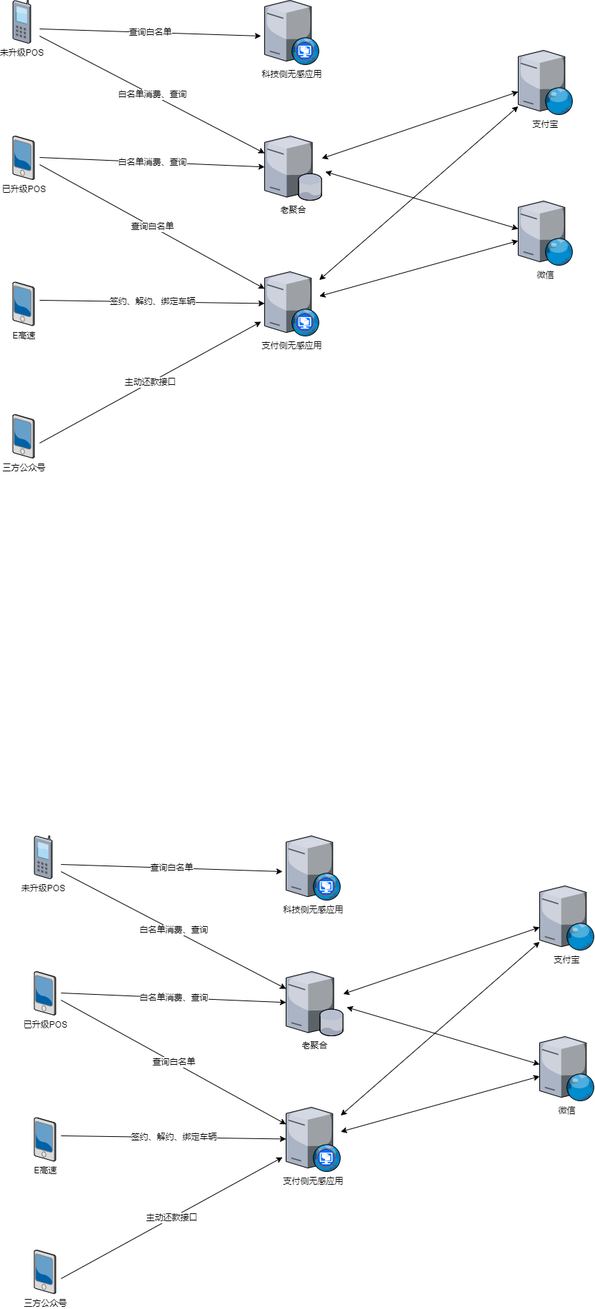
songyibo2019/mydiagrams keeps this draw.io diagram as 无感上线方案.png. Above is the earlier version. Source tidied: cells renumbered, new cells last; positions are measured from the earlier drawing's top-left corner, leaving out a move shared by most shapes.
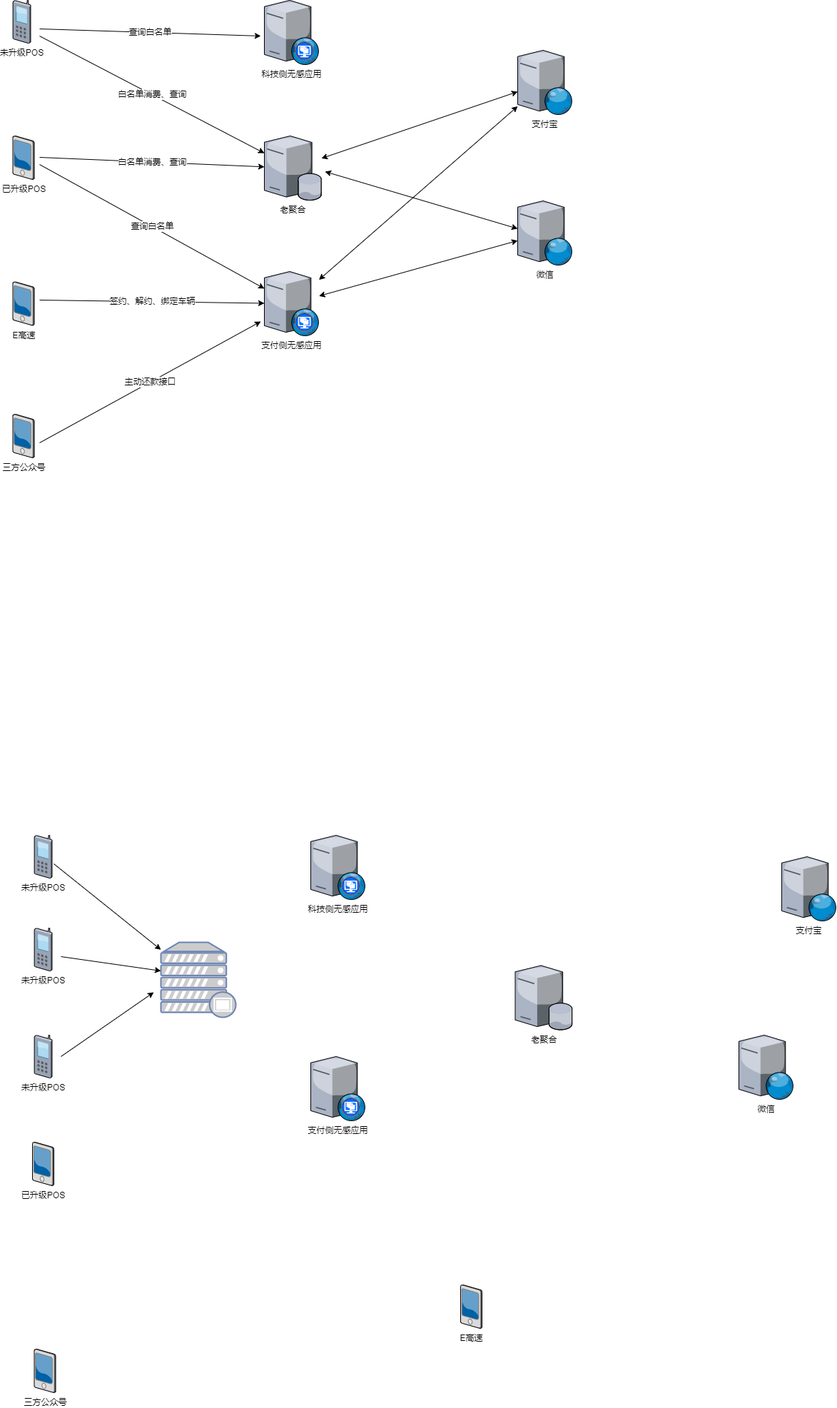
Above is the later version.

Commit message:
Update 无感上线方案.png

What changed in the source:
```diff
@@ -76,71 +76,52 @@
       <mxGeometry x="30.5" y="1170" width="25" height="60" as="geometry" />
     </mxCell>
     <mxCell id="22" value="已升级POS" style="verticalLabelPosition=bottom;sketch=0;html=1;verticalAlign=top;strokeColor=none;align=center;outlineConnect=0;shape=mxgraph.citrix.pda;" parent="1" vertex="1">
-      <mxGeometry x="30.5" y="1360" width="30" height="61" as="geometry" />
+      <mxGeometry x="28" y="1600" width="30" height="61" as="geometry" />
     </mxCell>
     <mxCell id="23" value="科技侧无感应用" style="verticalLabelPosition=bottom;sketch=0;html=1;verticalAlign=top;strokeColor=none;align=center;shape=mxgraph.citrix.desktop_web;" parent="1" vertex="1">
-      <mxGeometry x="383" y="1170" width="76.5" height="90" as="geometry" />
+      <mxGeometry x="418" y="1170" width="76.5" height="90" as="geometry" />
     </mxCell>
     <mxCell id="24" value="支付侧无感应用" style="verticalLabelPosition=bottom;sketch=0;html=1;verticalAlign=top;strokeColor=none;align=center;outlineConnect=0;shape=mxgraph.citrix.desktop_web;" parent="1" vertex="1">
-      <mxGeometry x="383" y="1550" width="76.5" height="90" as="geometry" />
+      <mxGeometry x="418" y="1480" width="76.5" height="90" as="geometry" />
     </mxCell>
     <mxCell id="25" value="老聚合" style="verticalLabelPosition=bottom;sketch=0;html=1;verticalAlign=top;strokeColor=none;align=center;outlineConnect=0;shape=mxgraph.citrix.database_server;" parent="1" vertex="1">
-      <mxGeometry x="383" y="1360" width="80" height="90" as="geometry" />
+      <mxGeometry x="704.5" y="1352.5" width="80" height="90" as="geometry" />
     </mxCell>
-    <mxCell id="26" value="查询白名单" style="endArrow=classic;html=1;rounded=0;" parent="1" edge="1">
-      <mxGeometry relative="1" as="geometry">
-        <mxPoint x="68" y="1210" as="sourcePoint" />
-        <mxPoint x="378" y="1220" as="targetPoint" />
-      </mxGeometry>
-    </mxCell>
-    <mxCell id="27" value="查询白名单" style="endArrow=classic;html=1;rounded=0;" parent="1" edge="1" target="24">
-      <mxGeometry relative="1" as="geometry">
-        <mxPoint x="68" y="1400" as="sourcePoint" />
-      </mxGeometry>
-    </mxCell>
-    <mxCell id="28" value="白名单消费、查询" style="endArrow=classic;html=1;rounded=0;" parent="1" edge="1" target="25">
-      <mxGeometry relative="1" as="geometry">
-        <mxPoint x="68" y="1220" as="sourcePoint" />
-      </mxGeometry>
-    </mxCell>
-    <mxCell id="29" value="白名单消费、查询" style="endArrow=classic;html=1;rounded=0;exitX=1.25;exitY=0.492;exitDx=0;exitDy=0;exitPerimeter=0;" parent="1" edge="1" source="22" target="25">
-      <mxGeometry relative="1" as="geometry" />
-    </mxCell>
     <mxCell id="30" value="支付宝" style="verticalLabelPosition=bottom;sketch=0;html=1;verticalAlign=top;strokeColor=none;align=center;outlineConnect=0;shape=mxgraph.citrix.web_server;" parent="1" vertex="1">
-      <mxGeometry x="738" y="1240" width="76.5" height="90" as="geometry" />
+      <mxGeometry x="1078" y="1200" width="76.5" height="90" as="geometry" />
     </mxCell>
     <mxCell id="31" value="微信" style="verticalLabelPosition=bottom;sketch=0;html=1;verticalAlign=top;strokeColor=none;align=center;outlineConnect=0;shape=mxgraph.citrix.web_server;" parent="1" vertex="1">
-      <mxGeometry x="738" y="1451" width="76.5" height="90" as="geometry" />
+      <mxGeometry x="1018" y="1450" width="76.5" height="90" as="geometry" />
     </mxCell>
     <mxCell id="32" value="E高速" style="verticalLabelPosition=bottom;sketch=0;html=1;verticalAlign=top;strokeColor=none;align=center;shape=mxgraph.citrix.pda;" parent="1" vertex="1">
-      <mxGeometry x="30.5" y="1564.5" width="30" height="61" as="geometry" />
+      <mxGeometry x="628" y="1800" width="30" height="61" as="geometry" />
     </mxCell>
-    <mxCell id="33" value="签约、解约、绑定车辆" style="endArrow=classic;html=1;rounded=0;" parent="1" edge="1" target="24">
-      <mxGeometry relative="1" as="geometry">
-        <mxPoint x="68" y="1590" as="sourcePoint" />
-      </mxGeometry>
-    </mxCell>
     <mxCell id="34" value="三方公众号" style="verticalLabelPosition=bottom;sketch=0;html=1;verticalAlign=top;strokeColor=none;align=center;shape=mxgraph.citrix.pda;" parent="1" vertex="1">
-      <mxGeometry x="30.5" y="1750" width="30" height="61" as="geometry" />
+      <mxGeometry x="30.5" y="1890" width="30" height="61" as="geometry" />
     </mxCell>
-    <mxCell id="35" value="主动还款接口" style="endArrow=classic;html=1;rounded=0;entryX=-0.065;entryY=0.778;entryDx=0;entryDy=0;entryPerimeter=0;" parent="1" edge="1" target="24">
-      <mxGeometry relative="1" as="geometry">
-        <mxPoint x="68" y="1790" as="sourcePoint" />
-      </mxGeometry>
-    </mxCell>
-    <mxCell id="36" style="endArrow=classic;startArrow=classic;html=1;rounded=0;" parent="1" edge="1" source="25" target="30">
-      <mxGeometry relative="1" as="geometry" />
-    </mxCell>
-    <mxCell id="37" style="endArrow=classic;startArrow=classic;html=1;rounded=0;" parent="1" edge="1" source="24" target="30">
-      <mxGeometry relative="1" as="geometry" />
-    </mxCell>
-    <mxCell id="38" style="endArrow=classic;startArrow=classic;html=1;rounded=0;entryX=0;entryY=0.433;entryDx=0;entryDy=0;entryPerimeter=0;" parent="1" edge="1" target="31">
-      <mxGeometry relative="1" as="geometry">
-        <mxPoint x="468" y="1410" as="sourcePoint" />
-      </mxGeometry>
-    </mxCell>
-    <mxCell id="39" style="endArrow=classic;startArrow=classic;html=1;rounded=0;" parent="1" edge="1" source="24" target="31">
-      <mxGeometry relative="1" as="geometry" />
-    </mxCell>
+    <mxCell id="40" value="未升级POS" style="verticalLabelPosition=bottom;sketch=0;html=1;verticalAlign=top;strokeColor=none;align=center;shape=mxgraph.citrix.cell_phone;" parent="1" vertex="1">
+      <mxGeometry x="30.5" y="1300" width="25" height="60" as="geometry" />
+    </mxCell>
+    <mxCell id="41" value="未升级POS" style="verticalLabelPosition=bottom;sketch=0;html=1;verticalAlign=top;strokeColor=none;align=center;shape=mxgraph.citrix.cell_phone;" parent="1" vertex="1">
+      <mxGeometry x="30.5" y="1450" width="25" height="60" as="geometry" />
+    </mxCell>
+    <mxCell id="42" style="fontColor=#0066CC;verticalAlign=top;verticalLabelPosition=bottom;labelPosition=center;align=center;html=1;outlineConnect=0;fillColor=#CCCCCC;strokeColor=#6881B3;gradientColor=none;gradientDirection=north;strokeWidth=2;shape=mxgraph.networks.proxy_server;" parent="1" vertex="1">
+      <mxGeometry x="208" y="1320" width="105" height="105" as="geometry" />
+    </mxCell>
+    <mxCell id="43" style="endArrow=classic;html=1;rounded=0;exitX=1.1;exitY=0.667;exitDx=0;exitDy=0;exitPerimeter=0;" parent="1" edge="1" source="21" target="42">
+      <mxGeometry relative="1" as="geometry" />
+    </mxCell>
+    <mxCell id="44" style="endArrow=classic;html=1;rounded=0;" parent="1" edge="1">
+      <mxGeometry relative="1" as="geometry">
+        <mxPoint x="68" y="1340" as="sourcePoint" />
+        <mxPoint x="208" y="1360" as="targetPoint" />
+      </mxGeometry>
+    </mxCell>
+    <mxCell id="45" style="endArrow=classic;html=1;rounded=0;" parent="1" edge="1">
+      <mxGeometry relative="1" as="geometry">
+        <mxPoint x="68" y="1480" as="sourcePoint" />
+        <mxPoint x="198" y="1390" as="targetPoint" />
+      </mxGeometry>
+    </mxCell>
   </root>
 </mxGraphModel>
```
